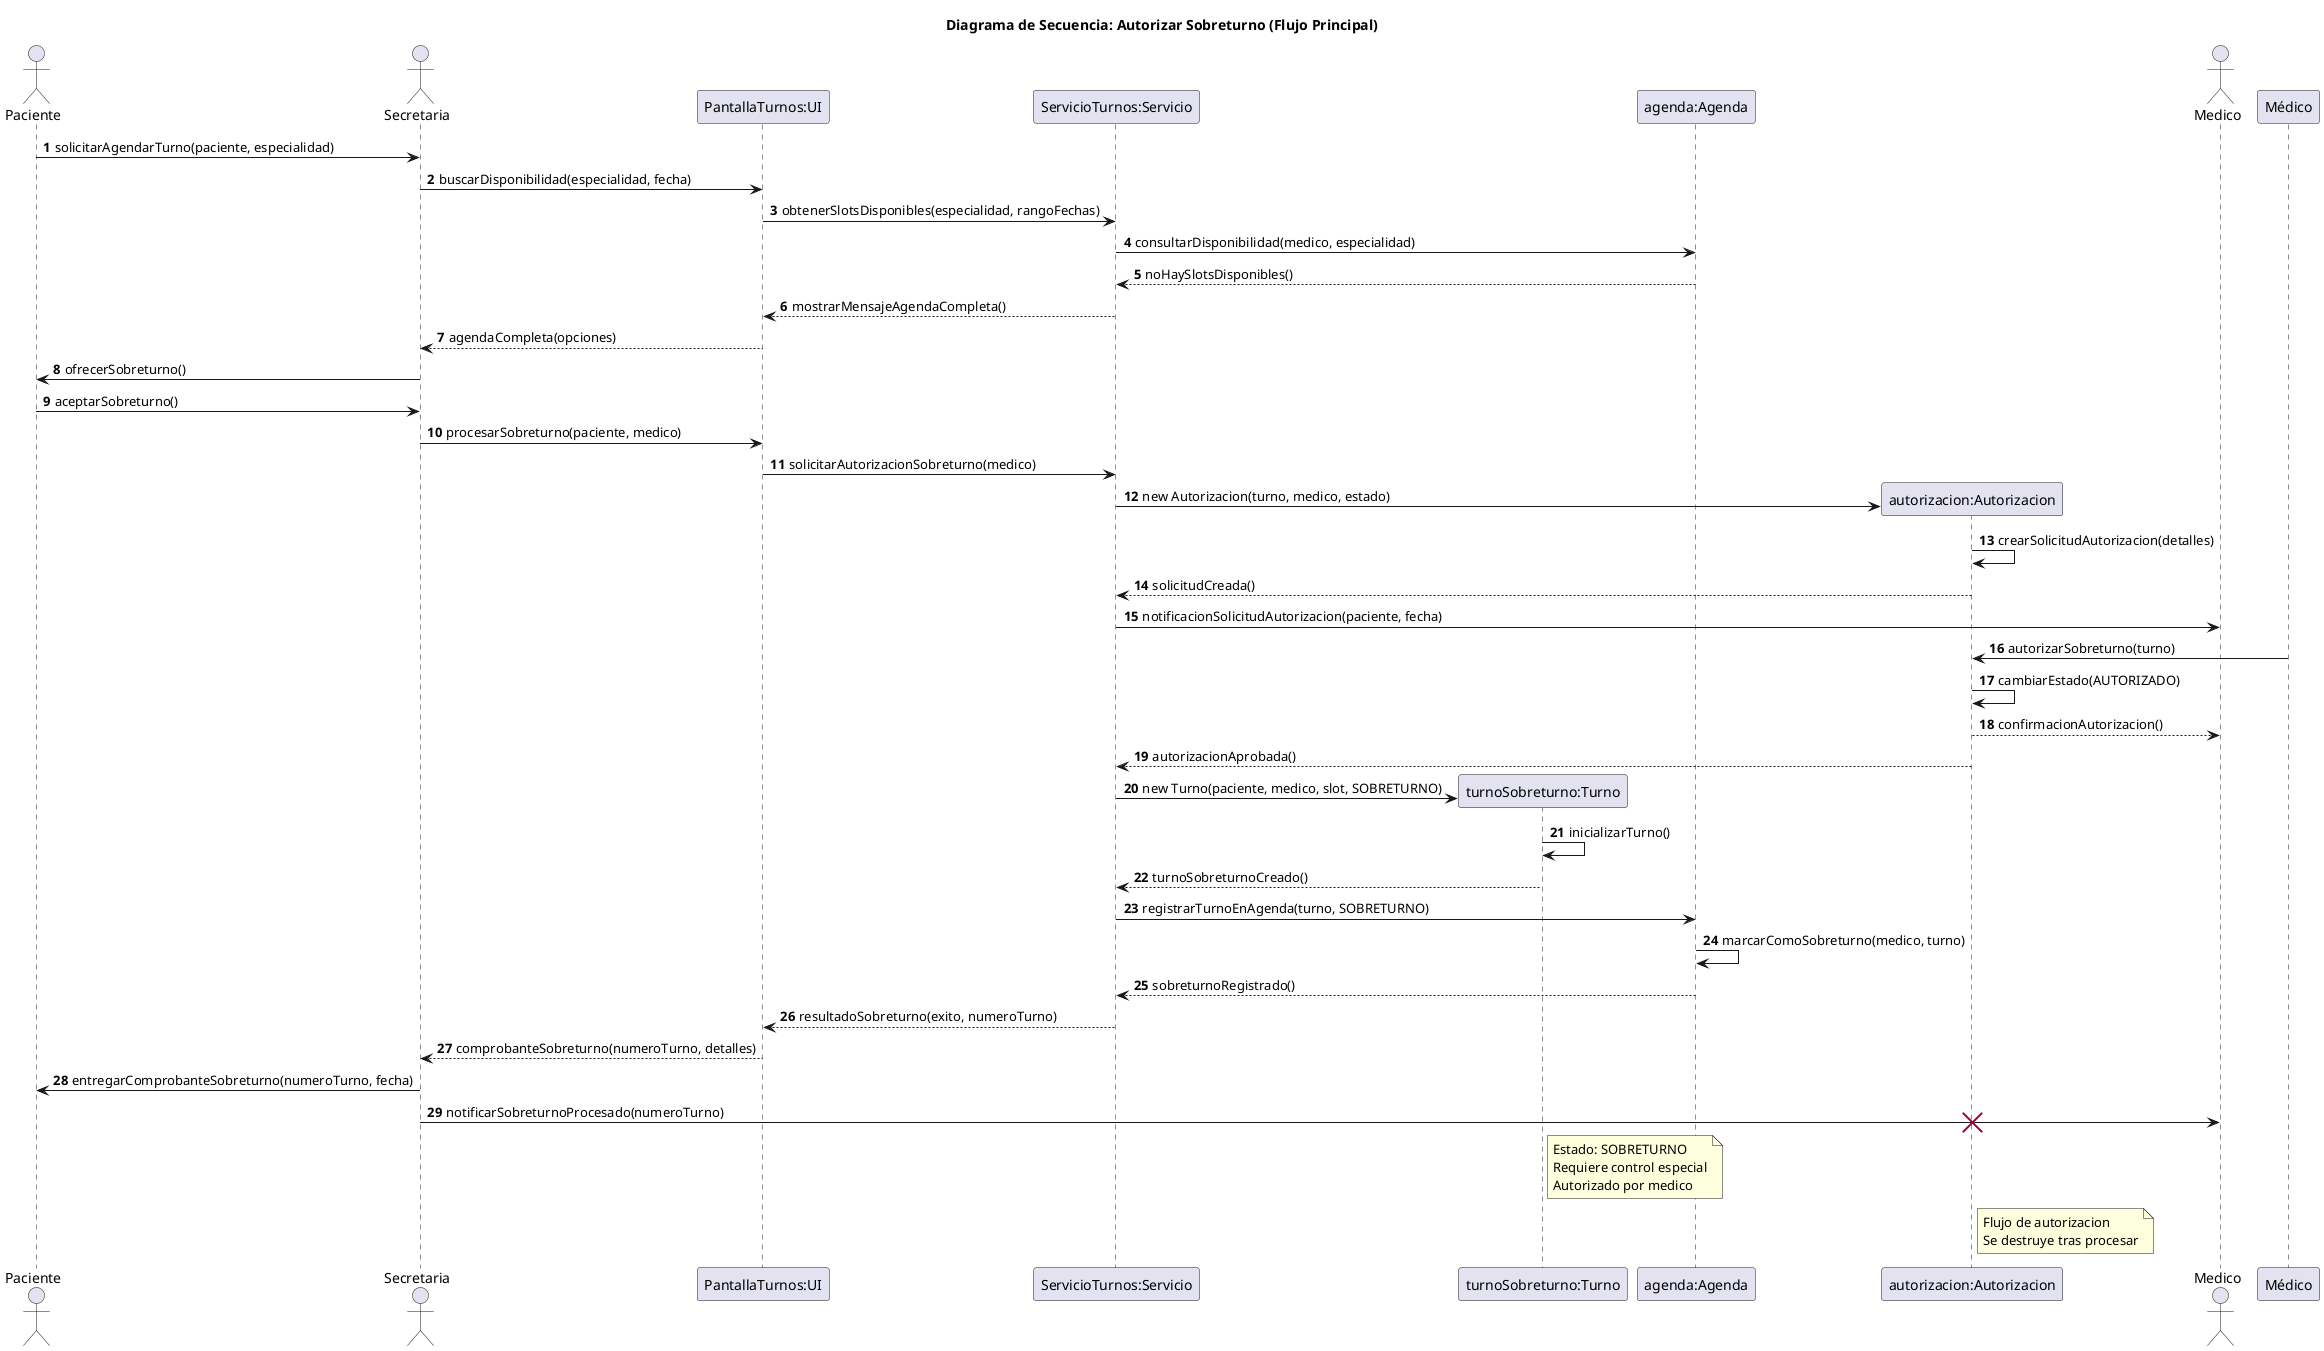
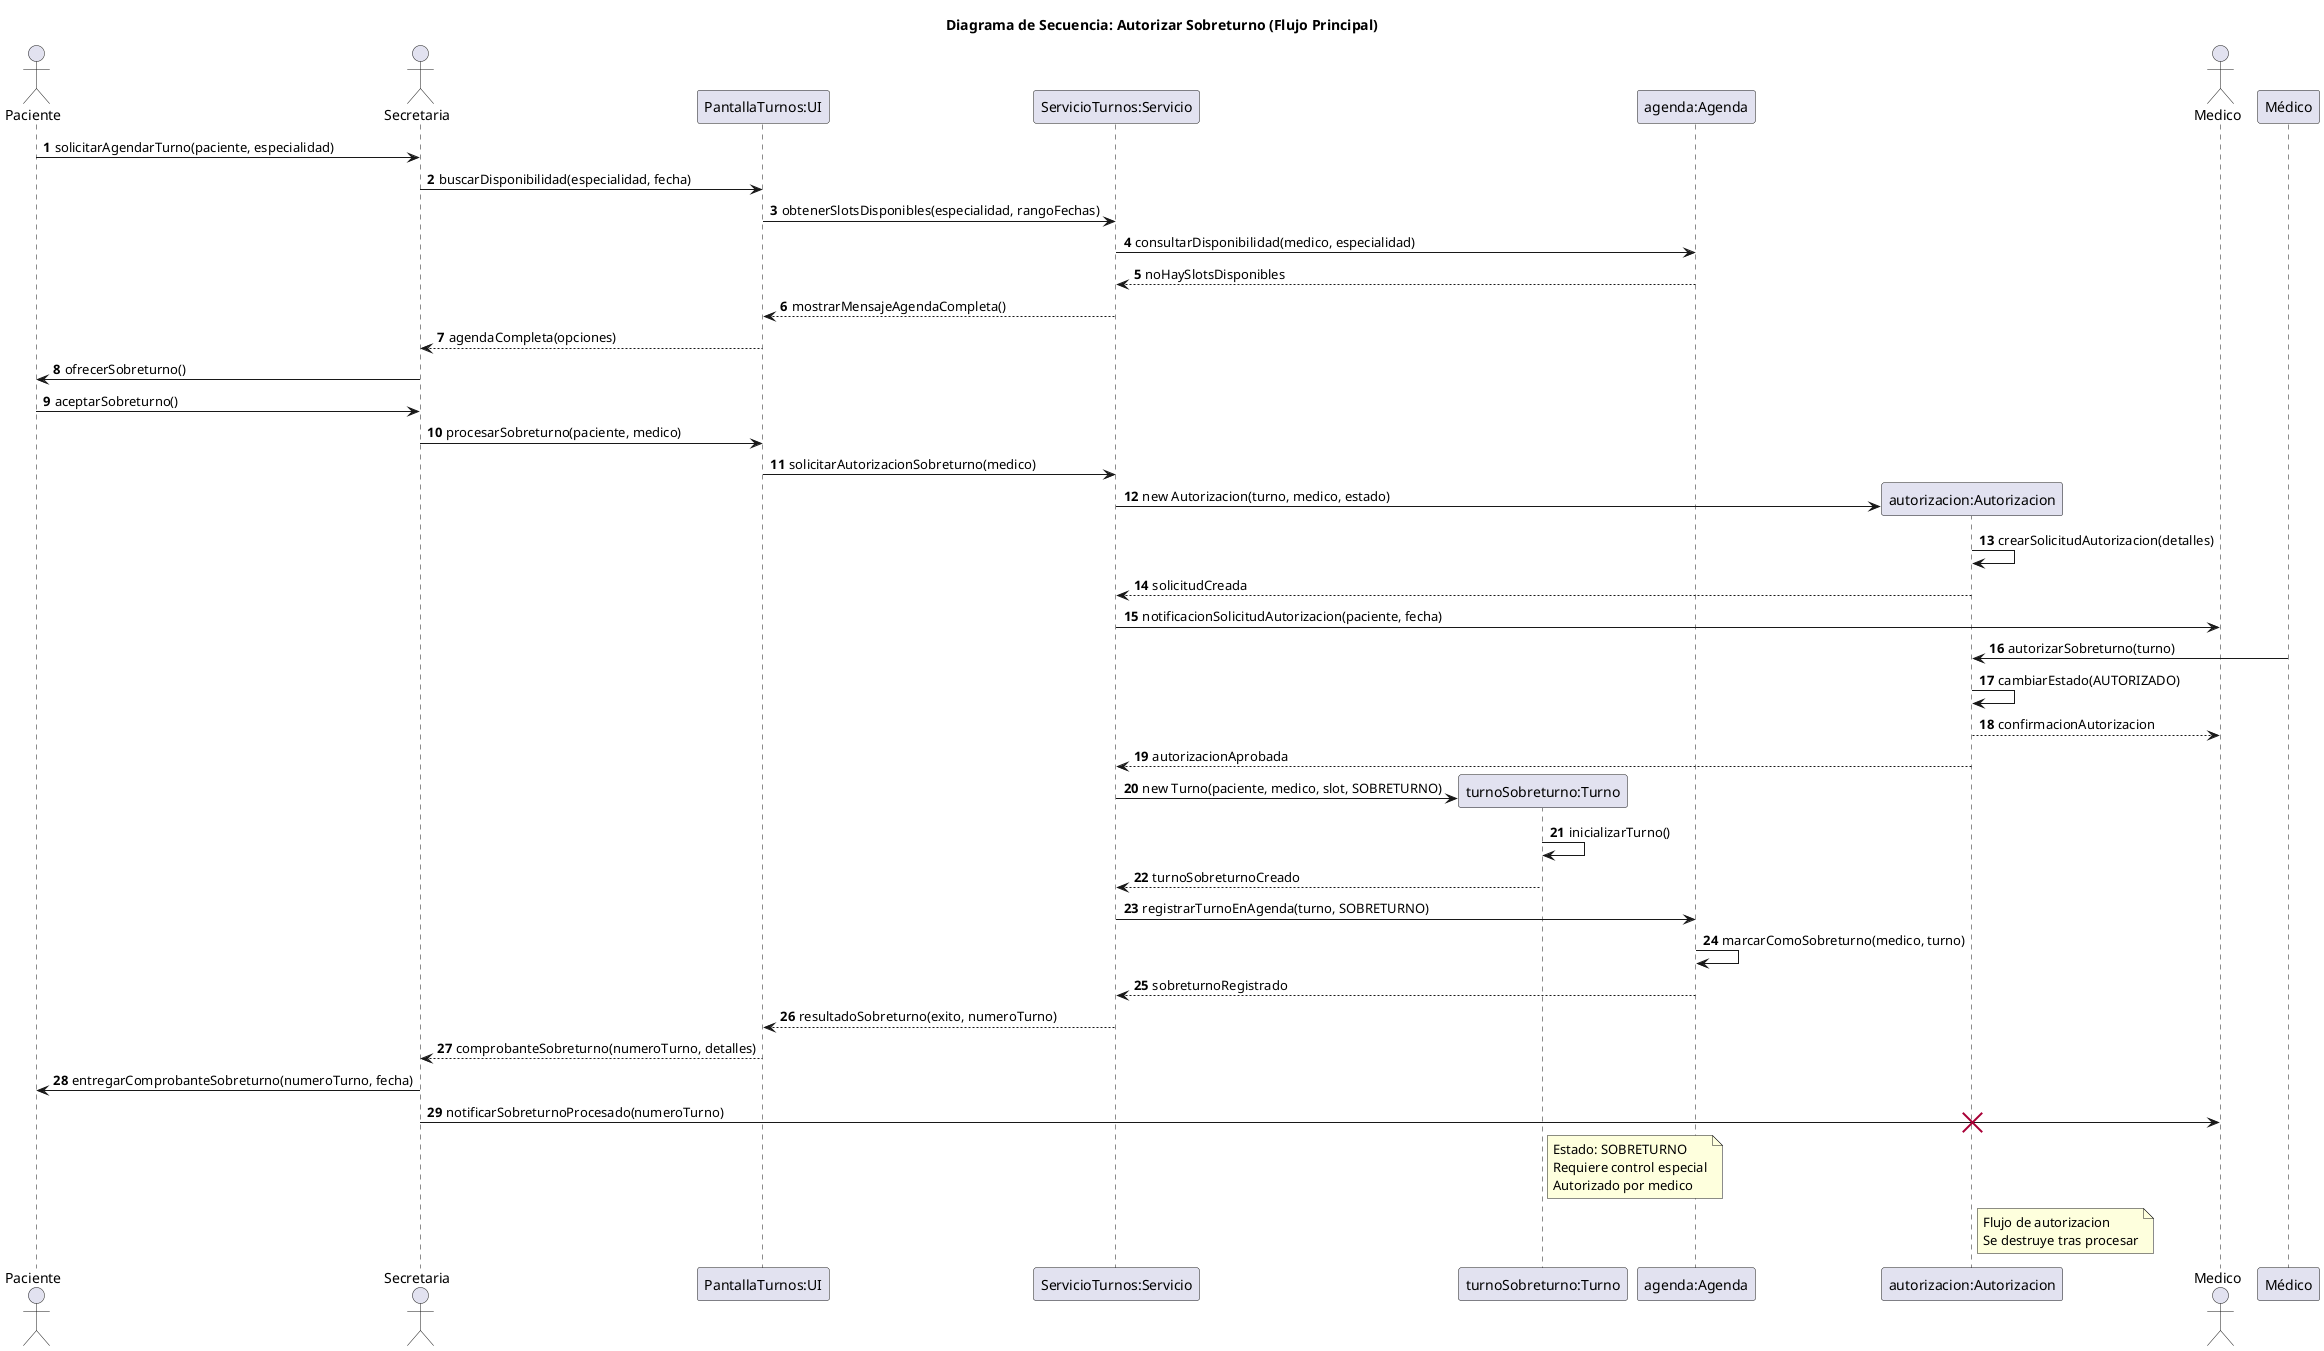
@startuml 05-secuencia-autorizar-sobreturno-flujo-principal-04
title Diagrama de Secuencia: Autorizar Sobreturno (Flujo Principal)

actor Paciente
actor Secretaria
participant "PantallaTurnos:UI" as UI
participant "ServicioTurnos:Servicio" as Servicio
participant "turnoSobreturno:Turno" as Turno
participant "agenda:Agenda" as Agenda
participant "autorizacion:Autorizacion" as Auth
actor Medico

autonumber

Paciente -> Secretaria: solicitarAgendarTurno(paciente, especialidad)
Secretaria -> UI: buscarDisponibilidad(especialidad, fecha)
UI -> Servicio: obtenerSlotsDisponibles(especialidad, rangoFechas)
Servicio -> Agenda: consultarDisponibilidad(medico, especialidad)
- Agenda --> Servicio: noHaySlotsDisponibles()
+ Agenda --> Servicio: noHaySlotsDisponibles
Servicio --> UI: mostrarMensajeAgendaCompleta()
UI --> Secretaria: agendaCompleta(opciones)
Secretaria -> Paciente: ofrecerSobreturno()
Paciente -> Secretaria: aceptarSobreturno()
Secretaria -> UI: procesarSobreturno(paciente, medico)
UI -> Servicio: solicitarAutorizacionSobreturno(medico)
create Auth
Servicio -> Auth: new Autorizacion(turno, medico, estado)
Auth -> Auth: crearSolicitudAutorizacion(detalles)
- Auth --> Servicio: solicitudCreada()
+ Auth --> Servicio: solicitudCreada
Servicio -> Medico: notificacionSolicitudAutorizacion(paciente, fecha)
Médico -> Auth: autorizarSobreturno(turno)
Auth -> Auth: cambiarEstado(AUTORIZADO)
- Auth --> Medico: confirmacionAutorizacion()
- Auth --> Servicio: autorizacionAprobada()
+ Auth --> Medico: confirmacionAutorizacion
+ Auth --> Servicio: autorizacionAprobada
create Turno
Servicio -> Turno: new Turno(paciente, medico, slot, SOBRETURNO)
Turno -> Turno: inicializarTurno()
- Turno --> Servicio: turnoSobreturnoCreado()
+ Turno --> Servicio: turnoSobreturnoCreado
Servicio -> Agenda: registrarTurnoEnAgenda(turno, SOBRETURNO)
Agenda -> Agenda: marcarComoSobreturno(medico, turno)
- Agenda --> Servicio: sobreturnoRegistrado()
+ Agenda --> Servicio: sobreturnoRegistrado
Servicio --> UI: resultadoSobreturno(exito, numeroTurno)
UI --> Secretaria: comprobanteSobreturno(numeroTurno, detalles)
Secretaria -> Paciente: entregarComprobanteSobreturno(numeroTurno, fecha)
Secretaria -> Medico: notificarSobreturnoProcesado(numeroTurno)

note right of Turno
  Estado: SOBRETURNO
  Requiere control especial
  Autorizado por medico
end note

note right of Auth
  Flujo de autorizacion
  Se destruye tras procesar
end note

destroy Auth

@enduml
